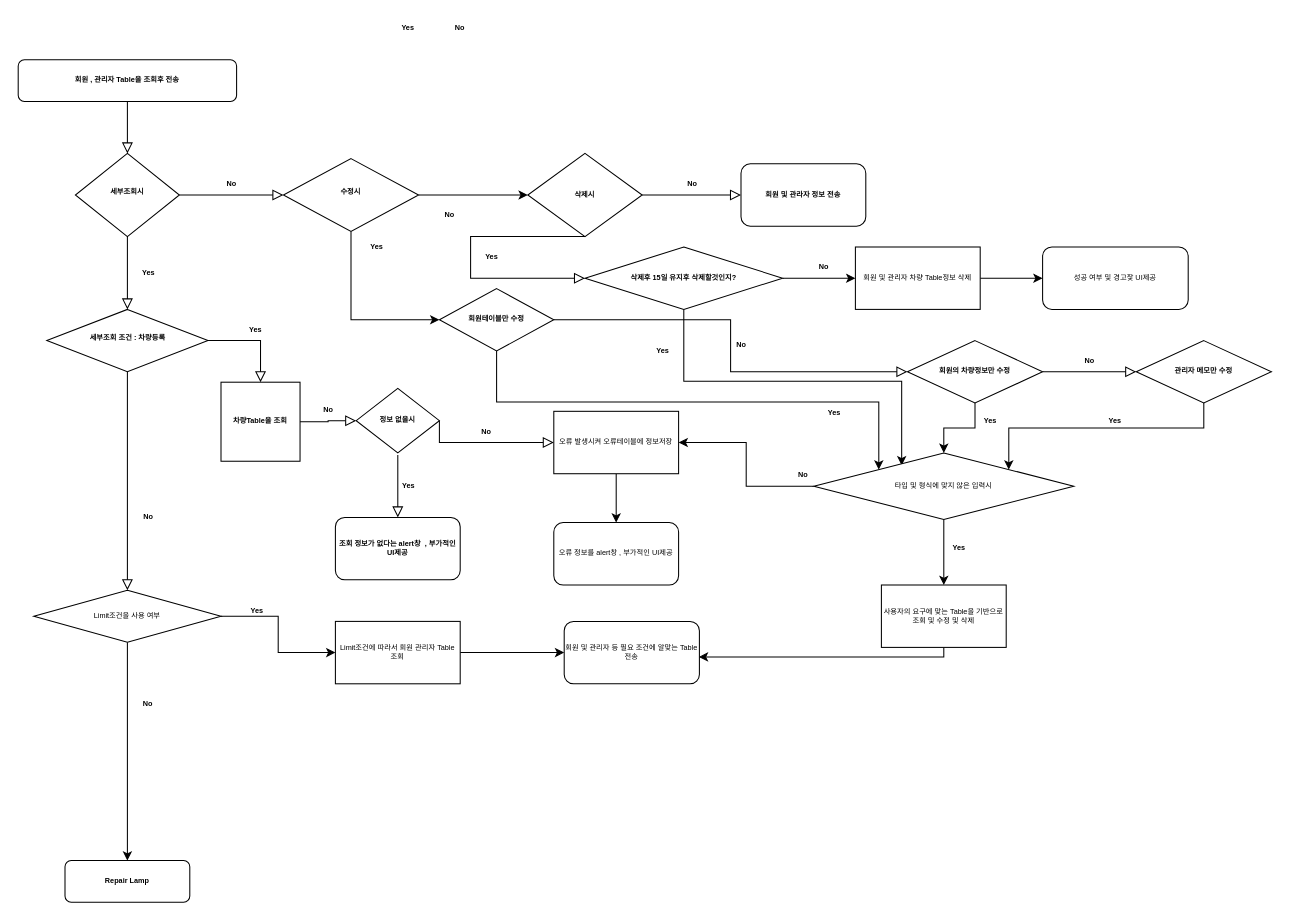
Above: Untitled Diagram.drawio in Yumin-Kim/AdminPage (draw.io), before the change. Source tidied: cells renumbered, new cells numbered last; positions are measured from the earlier drawing's top-left corner, leaving out a move shared by most shapes. Both pictures are drawn from the tidied source at 104%, with x=0, y=0 at pixel (18, 18).
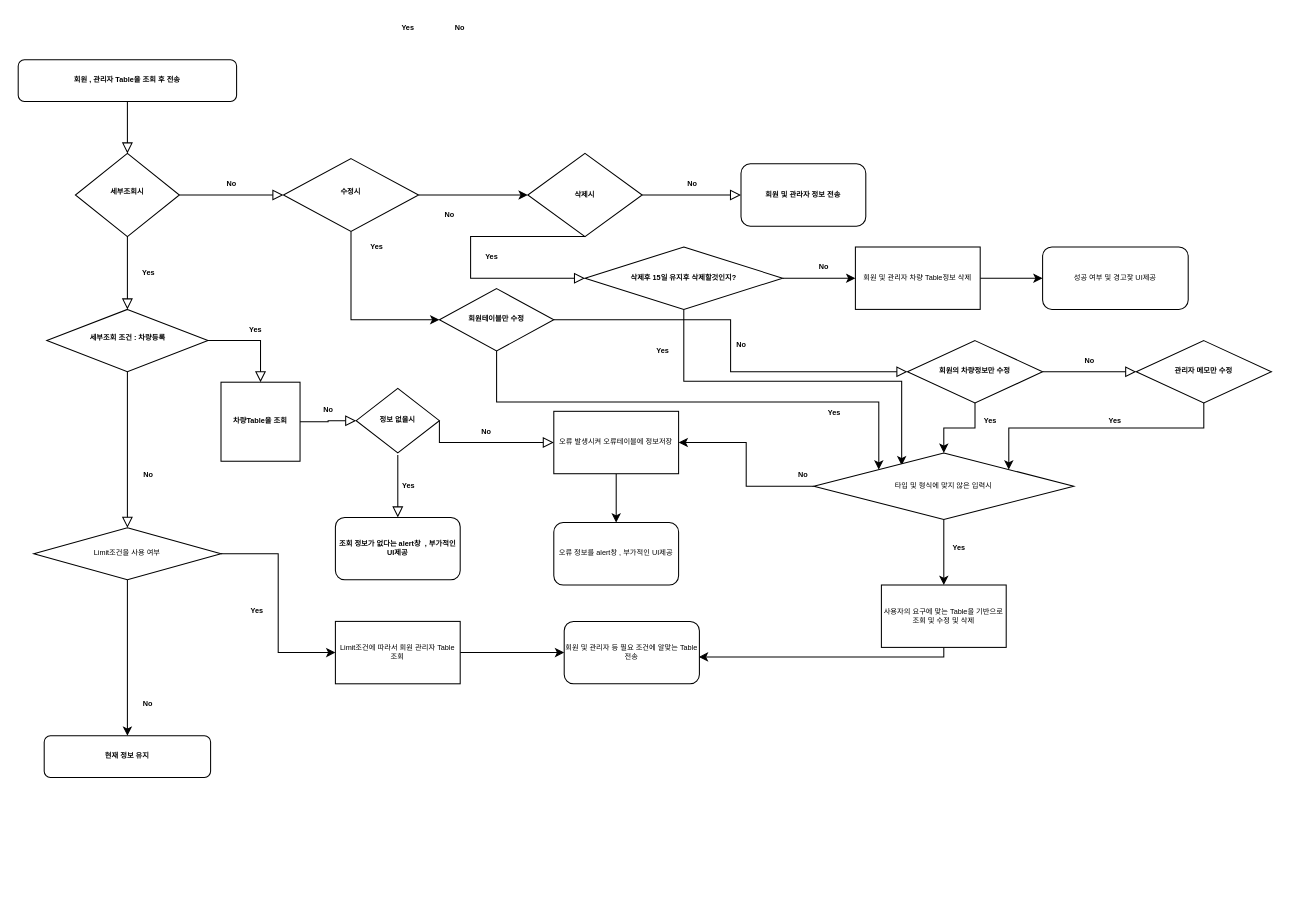
Above is the later version.

The edit, as a diff of the source:
```diff
@@
-    <mxCell id="3" value="회원 , 관리자 Table을 조회후 전송" style="rounded=1;whiteSpace=wrap;html=1;fontSize=7;glass=0;strokeWidth=1;shadow=0;fontStyle=1;" parent="1" vertex="1">
+    <mxCell id="3" value="회원 , 관리자 Table을 조회 후 전송" style="rounded=1;whiteSpace=wrap;html=1;fontSize=7;glass=0;strokeWidth=1;shadow=0;fontStyle=1;" parent="1" vertex="1">
       <mxGeometry y="40" width="210" height="40" as="geometry" />
     </mxCell>
@@
-    <mxCell id="10" value="Repair Lamp" style="rounded=1;whiteSpace=wrap;html=1;fontSize=7;glass=0;strokeWidth=1;shadow=0;fontStyle=1;" parent="1" vertex="1">
-      <mxGeometry x="45" y="810" width="120" height="40" as="geometry" />
+    <mxCell id="10" value="현재 정보 유지" style="rounded=1;whiteSpace=wrap;html=1;fontSize=7;glass=0;strokeWidth=1;shadow=0;fontStyle=1;" parent="1" vertex="1">
+      <mxGeometry x="25" y="690" width="160" height="40" as="geometry" />
     </mxCell>
@@
     <mxCell id="60" value="Limit조건을 사용 여부" style="rhombus;whiteSpace=wrap;html=1;fontSize=7;" parent="1" vertex="1">
-      <mxGeometry x="15" y="550" width="180" height="50" as="geometry" />
+      <mxGeometry x="15" y="490" width="180" height="50" as="geometry" />
     </mxCell>
```
